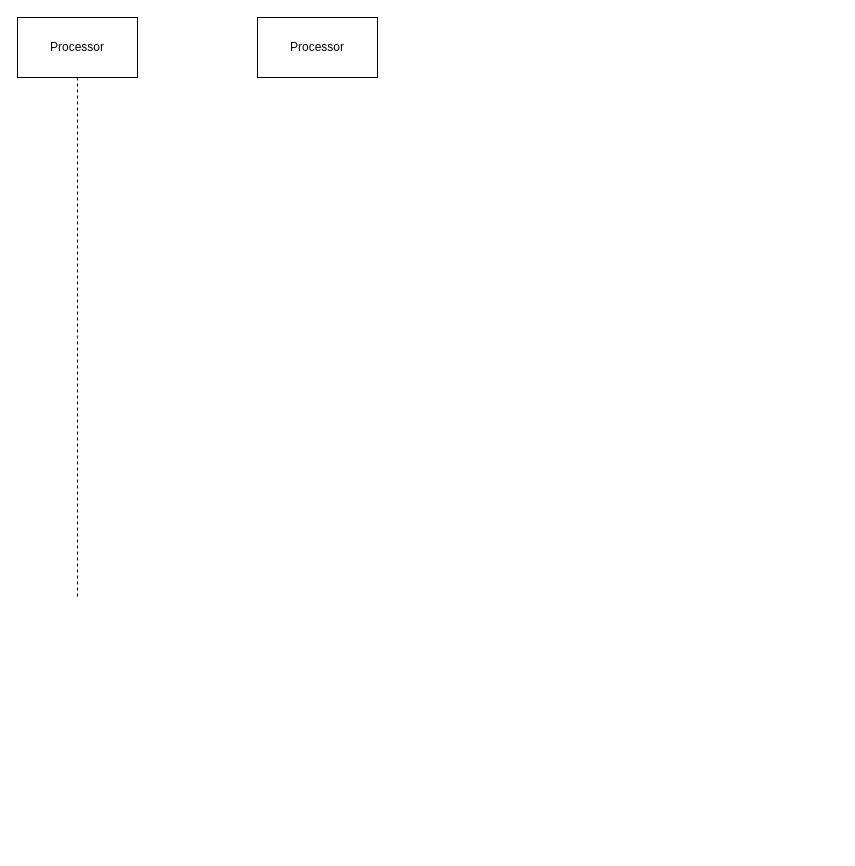
Before: page "Page-2" (2 of 3) of Untitled Diagram.drawio in AlexanderChiuy/AlexanderChiuy, a draw.io diagram. Source tidied: cells renumbered, new cells numbered last; positions are measured from the earlier drawing's top-left corner, leaving out a move shared by most shapes. Both pictures are drawn from the tidied source at 100%, with x=0, y=0 at pixel (17, 17).
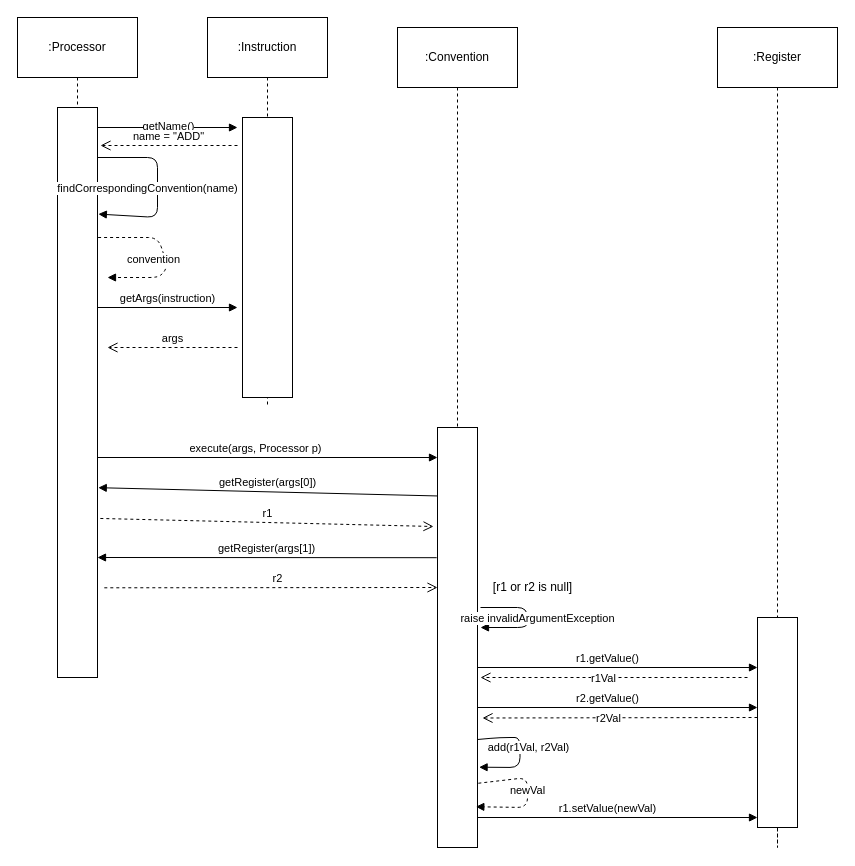
The same diagram, later.

Diff of the diagram source:
```diff
@@
-    <mxCell id="3" value="Processor" style="rounded=0;whiteSpace=wrap;html=1;" parent="1" vertex="1">
+    <mxCell id="3" value=":Processor" style="rounded=0;whiteSpace=wrap;html=1;" parent="1" vertex="1">
       <mxGeometry width="120" height="60" as="geometry" />
     </mxCell>
-    <mxCell id="4" value="Processor" style="rounded=0;whiteSpace=wrap;html=1;" parent="1" vertex="1">
-      <mxGeometry x="240" width="120" height="60" as="geometry" />
-    </mxCell>
+    <mxCell id="5" style="edgeStyle=orthogonalEdgeStyle;rounded=0;jettySize=auto;html=1;startArrow=none;startFill=0;endArrow=none;endFill=0;dashed=1;" parent="1" edge="1" source="6">
+      <mxGeometry relative="1" as="geometry">
+        <mxPoint x="440" y="560" as="targetPoint" />
+      </mxGeometry>
+    </mxCell>
+    <mxCell id="6" value=":Convention" style="rounded=0;whiteSpace=wrap;html=1;" parent="1" vertex="1">
+      <mxGeometry x="380" y="10" width="120" height="60" as="geometry" />
+    </mxCell>
+    <mxCell id="7" style="rounded=0;whiteSpace=wrap;html=1;" parent="1" vertex="1">
+      <mxGeometry x="40" y="90" width="40" height="570" as="geometry" />
+    </mxCell>
+    <mxCell id="8" value="findCorrespondingConvention(name)" style="html=1;verticalAlign=bottom;endArrow=block;entryX=1.021;entryY=0.187;entryDx=0;entryDy=0;entryPerimeter=0;" parent="1" edge="1" target="7">
+      <mxGeometry x="0.12" y="-10" relative="1" as="geometry">
+        <mxPoint x="80" y="140" as="sourcePoint" />
+        <Array as="points">
+          <mxPoint x="140" y="140" />
+          <mxPoint x="140" y="200" />
+        </Array>
+      </mxGeometry>
+    </mxCell>
+    <mxCell id="9" value="convention" style="html=1;verticalAlign=bottom;endArrow=block;dashed=1;" parent="1" edge="1">
+      <mxGeometry x="0.41" y="-9" relative="1" as="geometry">
+        <mxPoint x="80.6" y="220" as="sourcePoint" />
+        <mxPoint x="90" y="260" as="targetPoint" />
+        <Array as="points">
+          <mxPoint x="140.6" y="220" />
+          <mxPoint x="150.6" y="250" />
+          <mxPoint x="141" y="260" />
+        </Array>
+      </mxGeometry>
+    </mxCell>
+    <mxCell id="10" value="execute(args, Processor p)" style="html=1;verticalAlign=bottom;endArrow=block;" parent="1" edge="1">
+      <mxGeometry x="-0.07" relative="1" as="geometry">
+        <mxPoint x="80" y="440" as="sourcePoint" />
+        <mxPoint x="420" y="440" as="targetPoint" />
+      </mxGeometry>
+    </mxCell>
+    <mxCell id="11" style="rounded=0;whiteSpace=wrap;html=1;" parent="1" vertex="1">
+      <mxGeometry x="420" y="410" width="40" height="420" as="geometry" />
+    </mxCell>
+    <mxCell id="12" value="getRegister(args[0])" style="html=1;verticalAlign=bottom;endArrow=block;entryX=1.019;entryY=0.667;entryDx=0;entryDy=0;entryPerimeter=0;exitX=0;exitY=0.163;exitDx=0;exitDy=0;exitPerimeter=0;" parent="1" edge="1" source="11" target="7">
+      <mxGeometry relative="1" as="geometry" />
+    </mxCell>
+    <mxCell id="13" value="r1" style="html=1;verticalAlign=bottom;endArrow=open;dashed=1;endSize=8;exitX=1.071;exitY=0.721;exitDx=0;exitDy=0;exitPerimeter=0;" parent="1" edge="1" source="7">
+      <mxGeometry relative="1" as="geometry">
+        <mxPoint x="416" y="509" as="targetPoint" />
+      </mxGeometry>
+    </mxCell>
+    <mxCell id="14" value="getRegister(args[1])" style="html=1;verticalAlign=bottom;endArrow=block;entryX=1.019;entryY=0.667;entryDx=0;entryDy=0;entryPerimeter=0;exitX=0;exitY=0.819;exitDx=0;exitDy=0;exitPerimeter=0;" parent="1" edge="1">
+      <mxGeometry relative="1" as="geometry">
+        <mxPoint x="419.2" y="540.2" as="sourcePoint" />
+        <mxPoint x="80" y="540" as="targetPoint" />
+      </mxGeometry>
+    </mxCell>
+    <mxCell id="15" value="r2" style="html=1;verticalAlign=bottom;endArrow=open;dashed=1;endSize=8;exitX=1.071;exitY=0.721;exitDx=0;exitDy=0;exitPerimeter=0;" parent="1" edge="1">
+      <mxGeometry x="0.04" relative="1" as="geometry">
+        <mxPoint x="86.8" y="570.3" as="sourcePoint" />
+        <mxPoint x="420" y="570" as="targetPoint" />
+      </mxGeometry>
+    </mxCell>
+    <mxCell id="16" value="raise invalidArgumentException" style="html=1;verticalAlign=bottom;endArrow=block;" parent="1" edge="1">
+      <mxGeometry x="0.18" y="-10" relative="1" as="geometry">
+        <mxPoint x="463" y="590" as="sourcePoint" />
+        <mxPoint x="463" y="610" as="targetPoint" />
+        <Array as="points">
+          <mxPoint x="510" y="590" />
+          <mxPoint x="510" y="610" />
+        </Array>
+        <mxPoint x="10" y="10" as="offset" />
+      </mxGeometry>
+    </mxCell>
+    <mxCell id="17" value="[r1 or r2 is null]" style="text;html=1;align=center;verticalAlign=middle;strokeColor=none;" parent="1" vertex="1">
+      <mxGeometry x="470" y="560" width="90" height="20" as="geometry" />
+    </mxCell>
+    <mxCell id="18" style="edgeStyle=orthogonalEdgeStyle;rounded=0;jettySize=auto;html=1;startArrow=none;startFill=0;endArrow=none;endFill=0;dashed=1;" parent="1" edge="1" source="20">
+      <mxGeometry relative="1" as="geometry">
+        <mxPoint x="760" y="780" as="targetPoint" />
+      </mxGeometry>
+    </mxCell>
+    <mxCell id="19" value=":Register" style="rounded=0;whiteSpace=wrap;html=1;" parent="1" vertex="1">
+      <mxGeometry x="700" y="10" width="120" height="60" as="geometry" />
+    </mxCell>
+    <mxCell id="20" style="rounded=0;whiteSpace=wrap;html=1;" parent="1" vertex="1">
+      <mxGeometry x="740" y="600" width="40" height="210" as="geometry" />
+    </mxCell>
+    <mxCell id="21" style="edgeStyle=orthogonalEdgeStyle;rounded=0;jettySize=auto;html=1;startArrow=none;startFill=0;endArrow=none;endFill=0;dashed=1;" parent="1" edge="1" source="19" target="20">
+      <mxGeometry relative="1" as="geometry" />
+    </mxCell>
+    <mxCell id="22" value="r1.getValue()" style="html=1;verticalAlign=bottom;endArrow=block;" parent="1" edge="1">
+      <mxGeometry x="-0.07" relative="1" as="geometry">
+        <mxPoint x="460" y="650" as="sourcePoint" />
+        <mxPoint x="740" y="650" as="targetPoint" />
+      </mxGeometry>
+    </mxCell>
+    <mxCell id="23" value="r2.getValue()" style="html=1;verticalAlign=bottom;endArrow=block;" parent="1" edge="1">
+      <mxGeometry x="-0.07" relative="1" as="geometry">
+        <mxPoint x="460" y="690" as="sourcePoint" />
+        <mxPoint x="740" y="690" as="targetPoint" />
+      </mxGeometry>
+    </mxCell>
+    <mxCell id="24" value="r1.setValue(newVal)" style="html=1;verticalAlign=bottom;endArrow=block;" parent="1" edge="1">
+      <mxGeometry x="-0.07" relative="1" as="geometry">
+        <mxPoint x="460" y="800" as="sourcePoint" />
+        <mxPoint x="740" y="800" as="targetPoint" />
+      </mxGeometry>
+    </mxCell>
+    <mxCell id="25" value="r1Val" style="html=1;verticalAlign=bottom;endArrow=open;dashed=1;endSize=8;" parent="1" edge="1">
+      <mxGeometry x="0.08" y="10" relative="1" as="geometry">
+        <mxPoint x="730" y="660" as="sourcePoint" />
+        <mxPoint x="463" y="660" as="targetPoint" />
+      </mxGeometry>
+    </mxCell>
+    <mxCell id="26" value="r2Val" style="html=1;verticalAlign=bottom;endArrow=open;dashed=1;endSize=8;exitX=-0.042;exitY=0.353;exitDx=0;exitDy=0;exitPerimeter=0;entryX=1.083;entryY=0.858;entryDx=0;entryDy=0;entryPerimeter=0;" parent="1" edge="1">
+      <mxGeometry x="0.08" y="10" relative="1" as="geometry">
+        <mxPoint x="740" y="700" as="sourcePoint" />
+        <mxPoint x="465" y="700.5" as="targetPoint" />
+      </mxGeometry>
+    </mxCell>
+    <mxCell id="27" value="newVal" style="html=1;verticalAlign=bottom;endArrow=block;dashed=1;entryX=0.958;entryY=0.903;entryDx=0;entryDy=0;entryPerimeter=0;exitX=1.021;exitY=0.847;exitDx=0;exitDy=0;exitPerimeter=0;" parent="1" edge="1" source="11" target="11">
+      <mxGeometry x="0.09" relative="1" as="geometry">
+        <Array as="points">
+          <mxPoint x="510" y="760" />
+          <mxPoint x="510" y="790" />
+        </Array>
+      </mxGeometry>
+    </mxCell>
+    <mxCell id="28" value="add(r1Val, r2Val)" style="html=1;verticalAlign=bottom;endArrow=block;entryX=0.979;entryY=0.901;entryDx=0;entryDy=0;entryPerimeter=0;exitX=0.938;exitY=0.862;exitDx=0;exitDy=0;exitPerimeter=0;" parent="1" edge="1">
+      <mxGeometry x="0.1" y="8" relative="1" as="geometry">
+        <mxPoint x="460" y="722" as="sourcePoint" />
+        <mxPoint x="461.6" y="749.7" as="targetPoint" />
+        <Array as="points">
+          <mxPoint x="482.5" y="720" />
+          <mxPoint x="502.5" y="720" />
+          <mxPoint x="502.5" y="750" />
+        </Array>
+      </mxGeometry>
+    </mxCell>
+    <mxCell id="29" style="edgeStyle=orthogonalEdgeStyle;rounded=0;jettySize=auto;html=1;startArrow=none;startFill=0;endArrow=none;endFill=0;dashed=1;" parent="1" edge="1" source="30">
+      <mxGeometry relative="1" as="geometry">
+        <mxPoint x="250" y="390" as="targetPoint" />
+      </mxGeometry>
+    </mxCell>
+    <mxCell id="30" value=":Instruction" style="rounded=0;whiteSpace=wrap;html=1;" parent="1" vertex="1">
+      <mxGeometry x="190" width="120" height="60" as="geometry" />
+    </mxCell>
+    <mxCell id="31" style="endArrow=block;endFill=1;html=1;edgeStyle=orthogonalEdgeStyle;align=left;verticalAlign=top;" parent="1" edge="1">
+      <mxGeometry x="0.14" y="-20" relative="1" as="geometry">
+        <mxPoint x="80" y="110" as="sourcePoint" />
+        <mxPoint x="220" y="110" as="targetPoint" />
+      </mxGeometry>
+    </mxCell>
+    <mxCell id="32" value="getName()" style="edgeLabel;html=1;align=center;verticalAlign=middle;" parent="31" vertex="1">
+      <mxGeometry y="2" relative="1" as="geometry" />
+    </mxCell>
+    <mxCell id="33" value="name = &quot;ADD&quot;" style="html=1;verticalAlign=bottom;endArrow=open;dashed=1;endSize=8;" parent="1" edge="1">
+      <mxGeometry relative="1" as="geometry">
+        <mxPoint x="220" y="128" as="sourcePoint" />
+        <mxPoint x="83" y="128" as="targetPoint" />
+      </mxGeometry>
+    </mxCell>
+    <mxCell id="34" style="rounded=0;whiteSpace=wrap;html=1;" parent="1" vertex="1">
+      <mxGeometry x="225" y="100" width="50" height="280" as="geometry" />
+    </mxCell>
+    <mxCell id="35" value="getArgs(instruction)" style="html=1;verticalAlign=bottom;endArrow=block;" parent="1" edge="1">
+      <mxGeometry relative="1" as="geometry">
+        <mxPoint x="80" y="290" as="sourcePoint" />
+        <mxPoint x="220" y="290" as="targetPoint" />
+      </mxGeometry>
+    </mxCell>
+    <mxCell id="36" value="args" style="html=1;verticalAlign=bottom;endArrow=open;dashed=1;endSize=8;" parent="1" edge="1">
+      <mxGeometry relative="1" as="geometry">
+        <mxPoint x="220" y="330" as="sourcePoint" />
+        <mxPoint x="90" y="330" as="targetPoint" />
+      </mxGeometry>
+    </mxCell>
```
